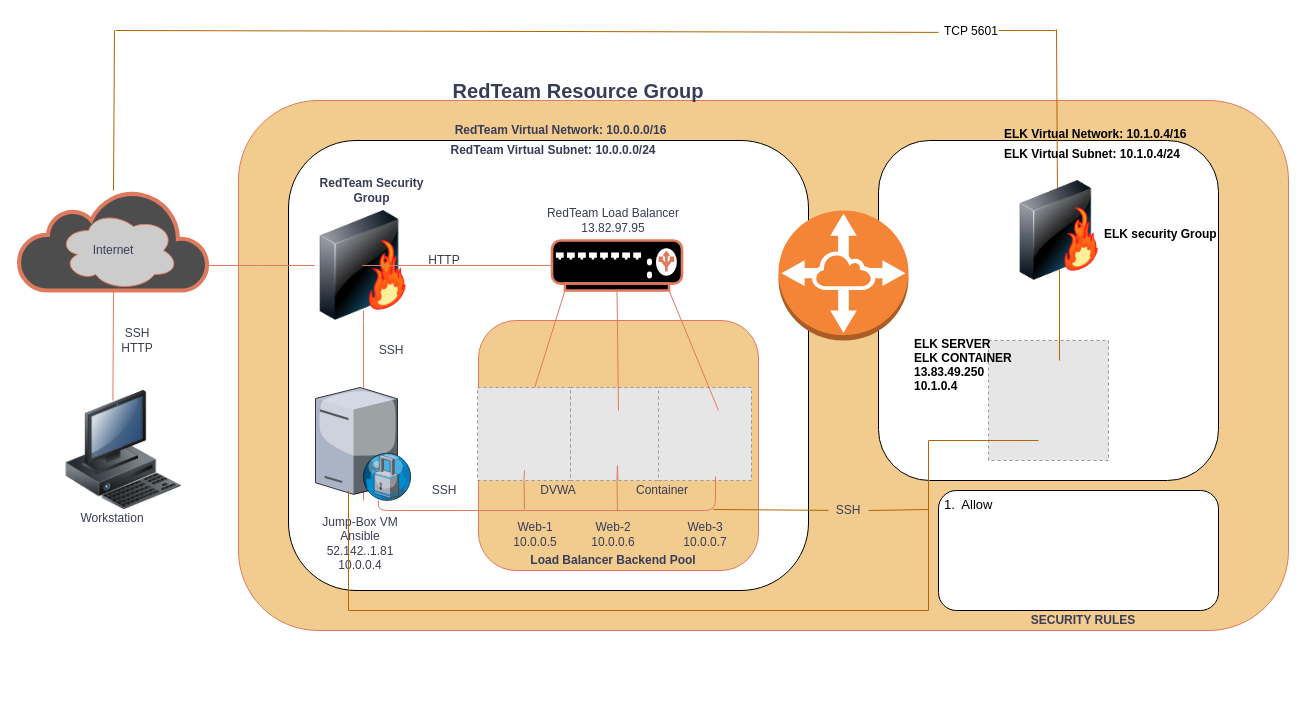
This is HW_13/Copy of Untitled Diagram.drawio from Omolabake94/CyberSecurity_Bootcamp, a draw.io file, before an edit. Source tidied: cells renumbered, new cells numbered last; positions are measured from the earlier drawing's top-left corner, leaving out a move shared by most shapes. Both pictures are drawn from the tidied source at 100%, with x=0, y=0 at pixel (18, 17). Pictures stored in the file or linked from it are replaced by grey dashed boxes.
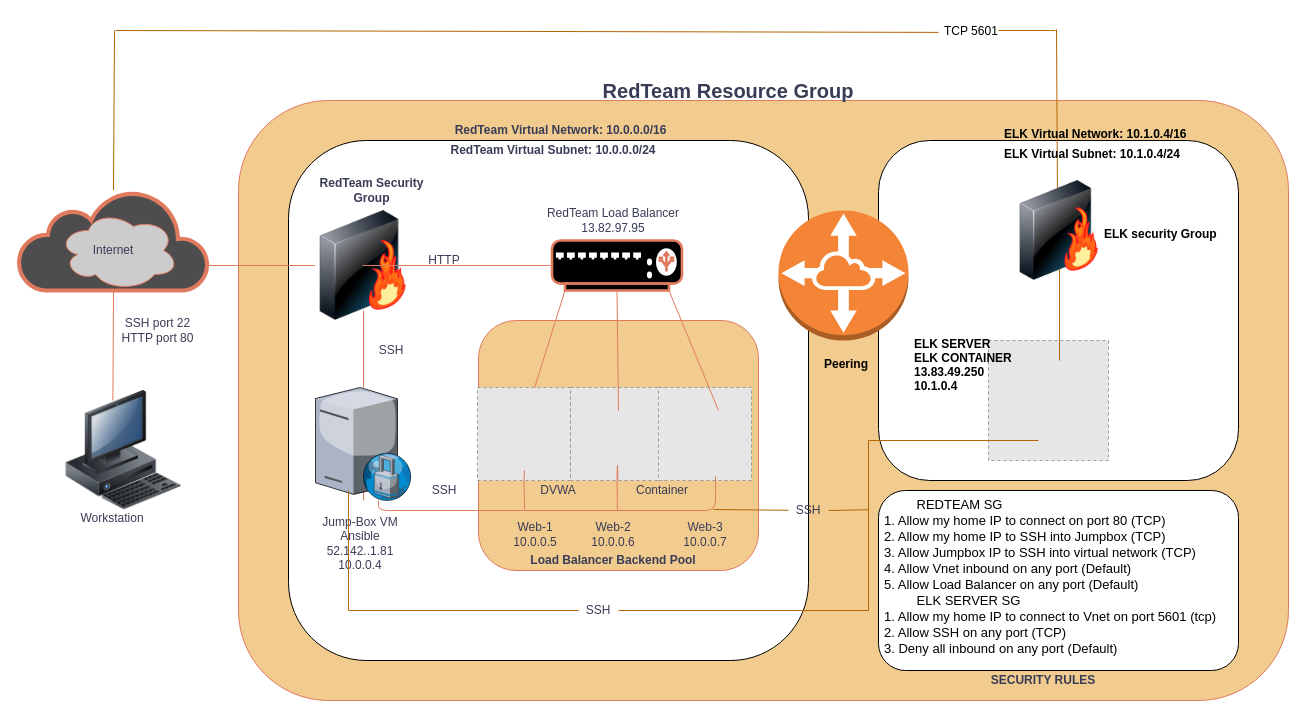
After the change.

Diff of the diagram source:
```diff
@@
     <mxCell id="2" style="whiteSpace=wrap;html=1;rounded=1;fillColor=#F2CC8F;strokeColor=#E07A5F;fontColor=#393C56;" parent="1" vertex="1">
-      <mxGeometry x="220" y="83" width="1050" height="530" as="geometry" />
+      <mxGeometry x="220" y="83" width="1050" height="600" as="geometry" />
     </mxCell>
@@
     <mxCell id="6" style="whiteSpace=wrap;html=1;rounded=1;" parent="1" vertex="1">
-      <mxGeometry x="270" y="123" width="520" height="450" as="geometry" />
+      <mxGeometry x="270" y="123" width="520" height="520" as="geometry" />
     </mxCell>
@@
-    <mxCell id="42" value="SSH&lt;br&gt;HTTP" style="text;html=1;strokeColor=none;fillColor=none;align=center;verticalAlign=middle;whiteSpace=wrap;rounded=0;sketch=0;fontColor=#393C56;" parent="1" vertex="1">
-      <mxGeometry x="99" y="313" width="40" height="20" as="geometry" />
+    <mxCell id="42" value="SSH port 22&lt;br&gt;HTTP port 80" style="text;html=1;strokeColor=none;fillColor=none;align=center;verticalAlign=middle;whiteSpace=wrap;rounded=0;sketch=0;fontColor=#393C56;" parent="1" vertex="1">
+      <mxGeometry x="99" y="293" width="81" height="40" as="geometry" />
     </mxCell>
@@
     <mxCell id="49" value="&lt;b&gt;&lt;font style=&quot;font-size: 20px&quot;&gt;RedTeam Resource Group&lt;/font&gt;&lt;/b&gt;" style="text;html=1;strokeColor=none;fillColor=none;align=center;verticalAlign=middle;whiteSpace=wrap;rounded=0;sketch=0;fontColor=#393C56;" parent="1" vertex="1">
-      <mxGeometry x="430" y="63" width="260" height="20" as="geometry" />
+      <mxGeometry x="580" y="63" width="260" height="20" as="geometry" />
     </mxCell>
     <mxCell id="50" style="whiteSpace=wrap;html=1;rounded=1;" parent="1" vertex="1">
-      <mxGeometry x="860" y="123" width="340" height="340" as="geometry" />
+      <mxGeometry x="860" y="123" width="360" height="340" as="geometry" />
     </mxCell>
@@
-    <mxCell id="56" style="endArrow=none;html=1;fillColor=#fad7ac;strokeColor=#b46504;startArrow=none;exitX=1;exitY=0.5;exitDx=0;exitDy=0;" parent="1" edge="1" source="71">
-      <mxGeometry relative="1" as="geometry">
-        <mxPoint x="910" y="492" as="targetPoint" />
-      </mxGeometry>
+    <mxCell id="56" style="endArrow=none;html=1;fillColor=#fad7ac;strokeColor=#b46504;startArrow=none;exitX=1;exitY=0.5;exitDx=0;exitDy=0;entryX=-0.027;entryY=0.107;entryDx=0;entryDy=0;entryPerimeter=0;" parent="1" edge="1" source="71" target="70">
+      <mxGeometry relative="1" as="geometry" />
     </mxCell>
     <mxCell id="57" style="endArrow=none;html=1;fillColor=#fad7ac;strokeColor=#b46504;" parent="1" edge="1">
       <mxGeometry relative="1" as="geometry">
-        <mxPoint x="910" y="593" as="sourcePoint" />
-        <mxPoint x="910" y="423" as="targetPoint" />
+        <mxPoint x="850" y="593" as="sourcePoint" />
+        <mxPoint x="850" y="423" as="targetPoint" />
       </mxGeometry>
     </mxCell>
@@
-    <mxCell id="59" style="endArrow=none;html=1;fillColor=#fad7ac;strokeColor=#b46504;" parent="1" edge="1">
+    <mxCell id="59" style="endArrow=none;html=1;fillColor=#fad7ac;strokeColor=#b46504;startArrow=none;" parent="1" edge="1" source="75">
       <mxGeometry relative="1" as="geometry">
-        <mxPoint x="330" y="593" as="sourcePoint" />
-        <mxPoint x="910" y="593" as="targetPoint" />
+        <mxPoint x="850" y="593" as="targetPoint" />
       </mxGeometry>
     </mxCell>
@@
-    <mxCell id="65" style="endArrow=none;html=1;fillColor=#fad7ac;strokeColor=#b46504;startArrow=none;" parent="1" edge="1" source="71">
-      <mxGeometry relative="1" as="geometry">
-        <mxPoint x="850" y="493" as="targetPoint" />
-      </mxGeometry>
-    </mxCell>
@@
     <mxCell id="69" style="whiteSpace=wrap;html=1;rounded=1;" parent="1" vertex="1">
-      <mxGeometry x="920" y="473" width="280" height="120" as="geometry" />
+      <mxGeometry x="860" y="473" width="360" height="180" as="geometry" />
     </mxCell>
-    <mxCell id="70" value="1.  Allow" style="text;strokeColor=none;fillColor=none;align=left;verticalAlign=top;spacingLeft=4;spacingRight=4;overflow=hidden;points=[[0,0.5],[1,0.5]];portConstraint=eastwest;rounded=1;fontSize=13;" parent="1" vertex="1">
-      <mxGeometry x="920" y="473" width="280" height="120" as="geometry" />
+    <mxCell id="70" value="         REDTEAM SG&#10;1. Allow my home IP to connect on port 80 (TCP)&#10;2. Allow my home IP to SSH into Jumpbox (TCP)&#10;3. Allow Jumpbox IP to SSH into virtual network (TCP)&#10;4. Allow Vnet inbound on any port (Default)&#10;5. Allow Load Balancer on any port (Default)&#10;         ELK SERVER SG&#10;1. Allow my home IP to connect to Vnet on port 5601 (tcp)&#10;2. Allow SSH on any port (TCP)&#10;3. Deny all inbound on any port (Default)" style="text;strokeColor=none;fillColor=none;align=left;verticalAlign=top;spacingLeft=4;spacingRight=4;overflow=hidden;points=[[0,0.5],[1,0.5]];portConstraint=eastwest;rounded=1;fontSize=13;" parent="1" vertex="1">
+      <mxGeometry x="860" y="473" width="360" height="180" as="geometry" />
     </mxCell>
     <mxCell id="71" value="SSH" style="text;html=1;strokeColor=none;fillColor=none;align=center;verticalAlign=middle;whiteSpace=wrap;rounded=0;sketch=0;fontColor=#393C56;" parent="1" vertex="1">
-      <mxGeometry x="810" y="483" width="40" height="20" as="geometry" />
+      <mxGeometry x="770" y="483" width="40" height="20" as="geometry" />
     </mxCell>
@@
     <mxCell id="73" style="endArrow=none;html=1;fontSize=13;fillColor=#fad7ac;strokeColor=#b46504;" parent="1" edge="1">
       <mxGeometry relative="1" as="geometry">
         <mxPoint x="1020" y="423" as="sourcePoint" />
-        <mxPoint x="910" y="423" as="targetPoint" />
+        <mxPoint x="850" y="423" as="targetPoint" />
       </mxGeometry>
     </mxCell>
     <mxCell id="74" value="&lt;b&gt;SECURITY RULES&lt;/b&gt;" style="text;html=1;strokeColor=none;fillColor=none;align=center;verticalAlign=middle;whiteSpace=wrap;rounded=0;sketch=0;fontColor=#393C56;" parent="1" vertex="1">
-      <mxGeometry x="970" y="593" width="190" height="20" as="geometry" />
+      <mxGeometry x="930" y="653" width="190" height="20" as="geometry" />
     </mxCell>
+    <mxCell id="75" value="SSH" style="text;html=1;strokeColor=none;fillColor=none;align=center;verticalAlign=middle;whiteSpace=wrap;rounded=0;sketch=0;fontColor=#393C56;" parent="1" vertex="1">
+      <mxGeometry x="560" y="583" width="40" height="20" as="geometry" />
+    </mxCell>
+    <mxCell id="76" style="endArrow=none;html=1;fillColor=#fad7ac;strokeColor=#b46504;" parent="1" edge="1" target="75">
+      <mxGeometry relative="1" as="geometry">
+        <mxPoint x="330" y="593" as="sourcePoint" />
+      </mxGeometry>
+    </mxCell>
+    <mxCell id="77" value="Peering" style="text;strokeColor=none;fillColor=none;align=left;verticalAlign=top;spacingLeft=4;spacingRight=4;overflow=hidden;rounded=1;fontStyle=1;" parent="1" vertex="1">
+      <mxGeometry x="800" y="333" width="60" height="30" as="geometry" />
+    </mxCell>
```
